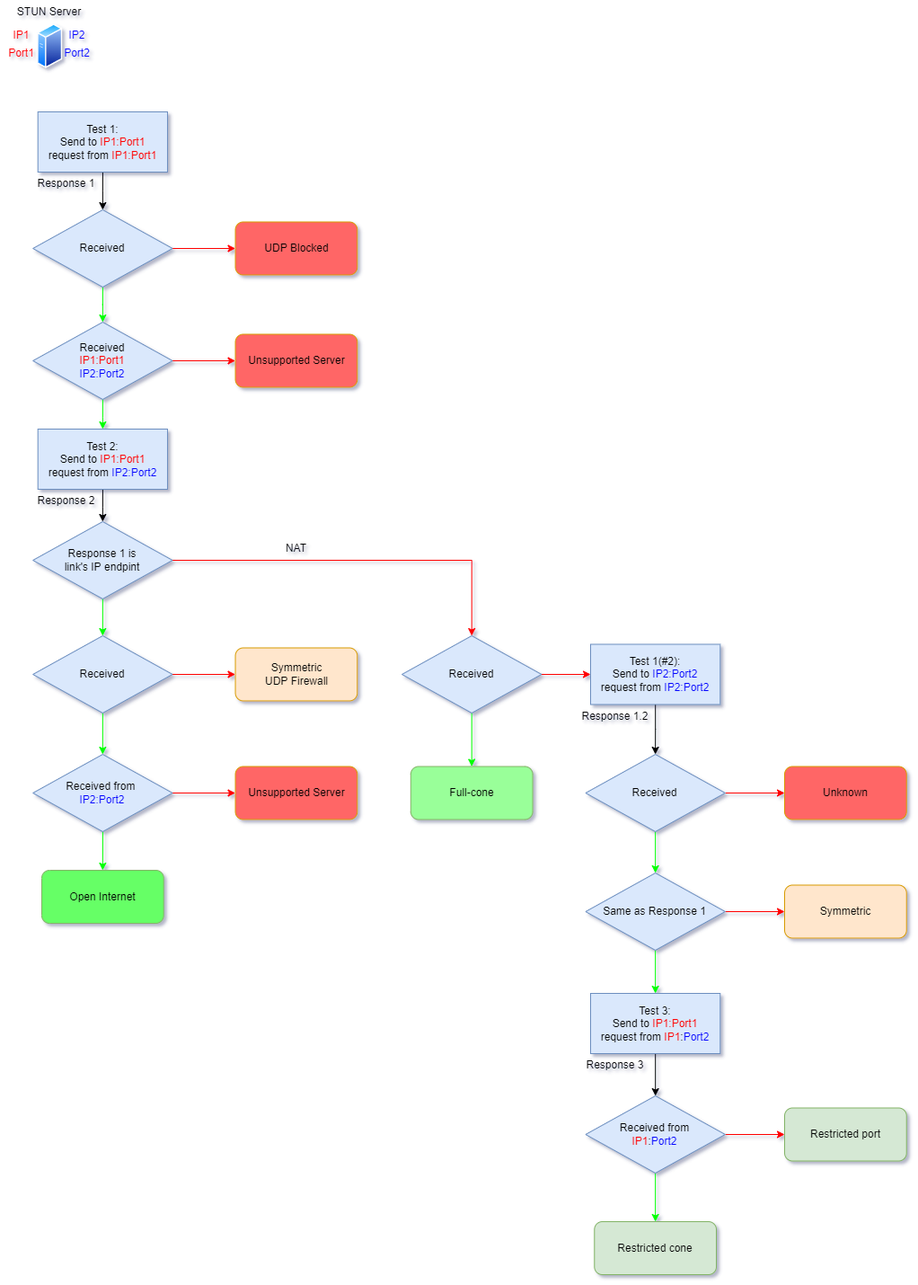
Earlier version of the draw.io export pic/RFC3489.png (HMBSbige/NatTypeTester). Source tidied: cells renumbered, new cells last; positions are measured from the earlier drawing's top-left corner, leaving out a move shared by most shapes.
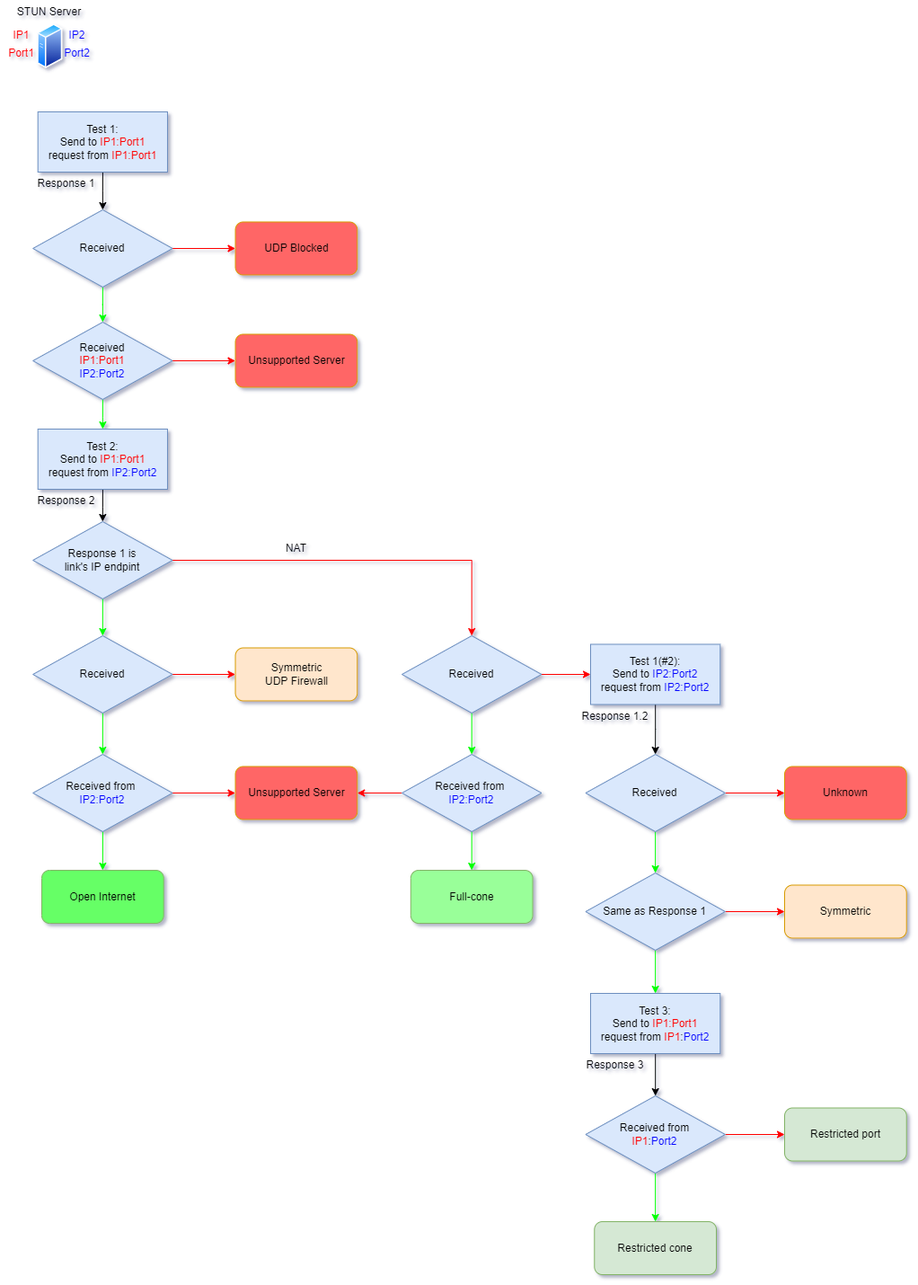
Later version of the same file.

Diff of the diagram source:
```diff
@@ -98,17 +98,17 @@
     <mxCell id="33" value="Unsupported Server" style="rounded=1;whiteSpace=wrap;html=1;labelBackgroundColor=none;fillStyle=auto;fontFamily=Helvetica;fillColor=#FF6666;strokeColor=#d79b00;" parent="1" vertex="1">
       <mxGeometry x="261.5" y="852.5" width="135.7" height="59" as="geometry" />
     </mxCell>
-    <mxCell id="34" style="edgeStyle=orthogonalEdgeStyle;rounded=0;jettySize=auto;html=1;exitX=0.5;exitY=1;exitDx=0;exitDy=0;entryX=0.5;entryY=0;entryDx=0;entryDy=0;fontFamily=Helvetica;fontColor=#000000;strokeColor=#00FF00;" parent="1" edge="1" source="36" target="37">
-      <mxGeometry relative="1" as="geometry" />
-    </mxCell>
     <mxCell id="35" style="edgeStyle=orthogonalEdgeStyle;rounded=0;jettySize=auto;html=1;exitX=1;exitY=0.5;exitDx=0;exitDy=0;entryX=0;entryY=0.5;entryDx=0;entryDy=0;fontFamily=Helvetica;fontColor=#000000;strokeColor=#FF0000;" parent="1" edge="1" source="36" target="39">
       <mxGeometry relative="1" as="geometry" />
     </mxCell>
+    <mxCell id="58" style="edgeStyle=orthogonalEdgeStyle;rounded=0;jettySize=auto;html=1;exitX=0.5;exitY=1;exitDx=0;exitDy=0;entryX=0.5;entryY=0;entryDx=0;entryDy=0;strokeColor=#00FF00;" parent="1" edge="1" source="36" target="61">
+      <mxGeometry relative="1" as="geometry" />
+    </mxCell>
     <mxCell id="36" value="Received" style="rhombus;whiteSpace=wrap;html=1;fillColor=#dae8fc;strokeColor=#6c8ebf;rounded=0;labelBackgroundColor=none;fillStyle=auto;" parent="1" vertex="1">
       <mxGeometry x="447" y="707" width="155.4" height="86" as="geometry" />
     </mxCell>
     <mxCell id="37" value="Full-cone" style="rounded=1;whiteSpace=wrap;html=1;labelBackgroundColor=none;fillStyle=auto;fontFamily=Helvetica;fillColor=#99FF99;strokeColor=#82b366;" parent="1" vertex="1">
-      <mxGeometry x="456.8" y="852.5" width="135.7" height="59" as="geometry" />
+      <mxGeometry x="456.8" y="968" width="135.7" height="59" as="geometry" />
     </mxCell>
     <mxCell id="38" style="edgeStyle=orthogonalEdgeStyle;rounded=0;jettySize=auto;html=1;entryX=0.5;entryY=0;entryDx=0;entryDy=0;fontFamily=Helvetica;fontColor=#000000;strokeColor=#000000;" parent="1" edge="1" source="39" target="42">
       <mxGeometry relative="1" as="geometry" />
@@ -170,5 +170,14 @@
     <mxCell id="57" value="Response 3" style="text;html=1;align=center;verticalAlign=middle;strokeColor=none;fillColor=none;fontFamily=Helvetica;fontColor=#000000;" parent="1" vertex="1">
       <mxGeometry x="643" y="1172" width="82" height="26" as="geometry" />
     </mxCell>
+    <mxCell id="59" style="edgeStyle=orthogonalEdgeStyle;rounded=0;jettySize=auto;html=1;exitX=0.5;exitY=1;exitDx=0;exitDy=0;entryX=0.5;entryY=0;entryDx=0;entryDy=0;strokeColor=#00FF00;" parent="1" edge="1" source="61" target="37">
+      <mxGeometry relative="1" as="geometry" />
+    </mxCell>
+    <mxCell id="60" style="edgeStyle=orthogonalEdgeStyle;rounded=0;jettySize=auto;html=1;exitX=0;exitY=0.5;exitDx=0;exitDy=0;entryX=1;entryY=0.5;entryDx=0;entryDy=0;strokeColor=#FF0000;" parent="1" edge="1" source="61" target="33">
+      <mxGeometry relative="1" as="geometry" />
+    </mxCell>
+    <mxCell id="61" value="Received from&amp;nbsp;&lt;br&gt;&lt;span style=&quot;color: rgb(0, 0, 255);&quot;&gt;IP2:Port2&lt;/span&gt;" style="rhombus;whiteSpace=wrap;html=1;fillColor=#dae8fc;strokeColor=#6c8ebf;rounded=0;labelBackgroundColor=none;fillStyle=auto;" parent="1" vertex="1">
+      <mxGeometry x="447" y="839" width="155.4" height="86" as="geometry" />
+    </mxCell>
   </root>
 </mxGraphModel>
```
